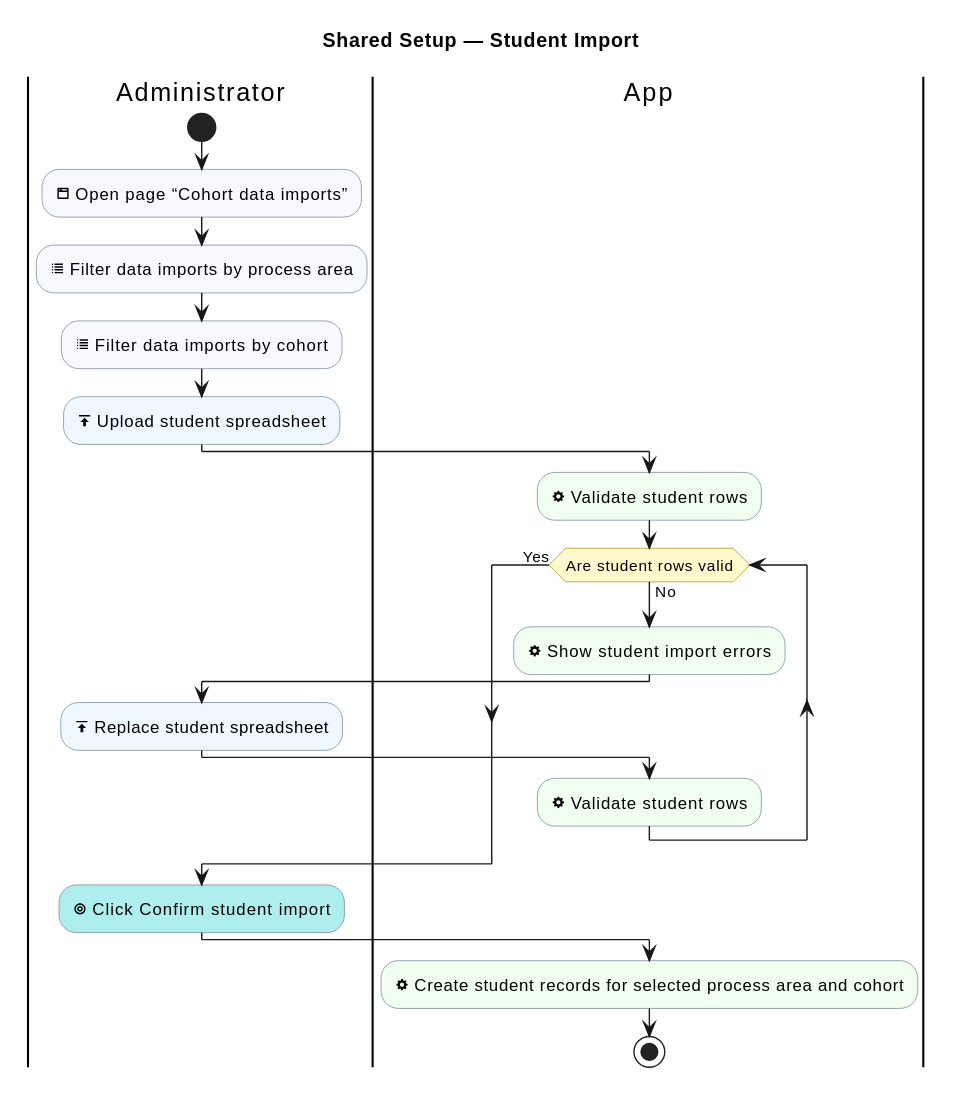
Above: industrial-placement-group-project/diagrams/shared-setup/student-import.svg in sdflkjssl/sdflkjssl.github.io (PlantUML), before the change. The source it was exported from:
```plantuml
@startuml
!pragma layout smetana
title Shared Setup — Student Import
skinparam shadowing false
skinparam activityBackgroundColor GhostWhite
skinparam activityBorderColor SlateGray
skinparam activityDiamondBackgroundColor LemonChiffon
skinparam activityDiamondBorderColor DarkGoldenRod

|Administrator|
|App|

|Administrator|
start
:<&browser> Open page “Cohort data imports”; <<#GhostWhite>>
:<&list> Filter data imports by process area; <<#GhostWhite>>
:<&list> Filter data imports by cohort; <<#GhostWhite>>
:<&data-transfer-upload> Upload student spreadsheet; <<#AliceBlue>>

|App|
:<&cog> Validate student rows; <<#HoneyDew>>
while (Are student rows valid) is (No)
  :<&cog> Show student import errors; <<#HoneyDew>>
  |Administrator|
  :<&data-transfer-upload> Replace student spreadsheet; <<#AliceBlue>>
  |App|
  :<&cog> Validate student rows; <<#HoneyDew>>
endwhile (Yes)

|Administrator|
:<&target> Click Confirm student import; <<#PaleTurquoise>>
|App|
:<&cog> Create student records for selected process area and cohort; <<#HoneyDew>>
stop
@enduml
```
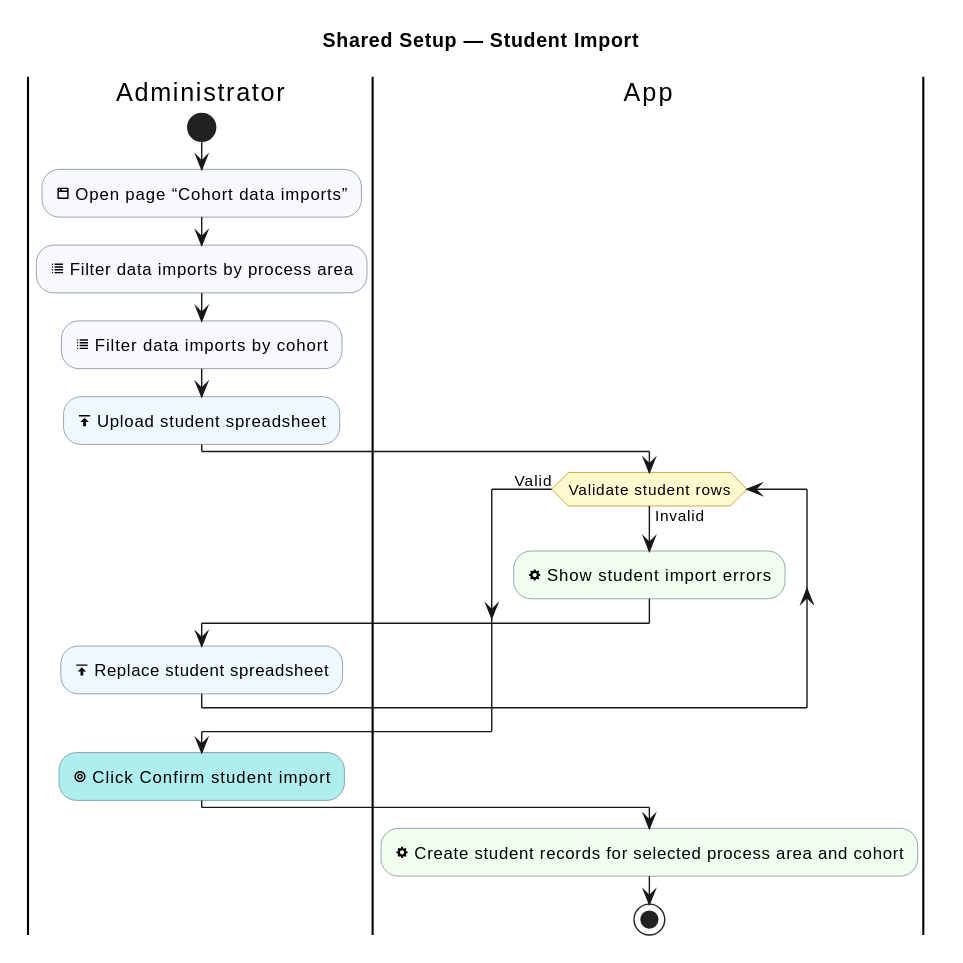
The same diagram one commit later.

The edit, as a diff of the source:
```diff
@@ -18,14 +18,12 @@
 :<&data-transfer-upload> Upload student spreadsheet; <<#AliceBlue>>
 
 |App|
-:<&cog> Validate student rows; <<#HoneyDew>>
-while (Are student rows valid) is (No)
+while (Validate student rows) is (Invalid)
   :<&cog> Show student import errors; <<#HoneyDew>>
   |Administrator|
   :<&data-transfer-upload> Replace student spreadsheet; <<#AliceBlue>>
   |App|
-  :<&cog> Validate student rows; <<#HoneyDew>>
-endwhile (Yes)
+endwhile (Valid)
 
 |Administrator|
 :<&target> Click Confirm student import; <<#PaleTurquoise>>
```
